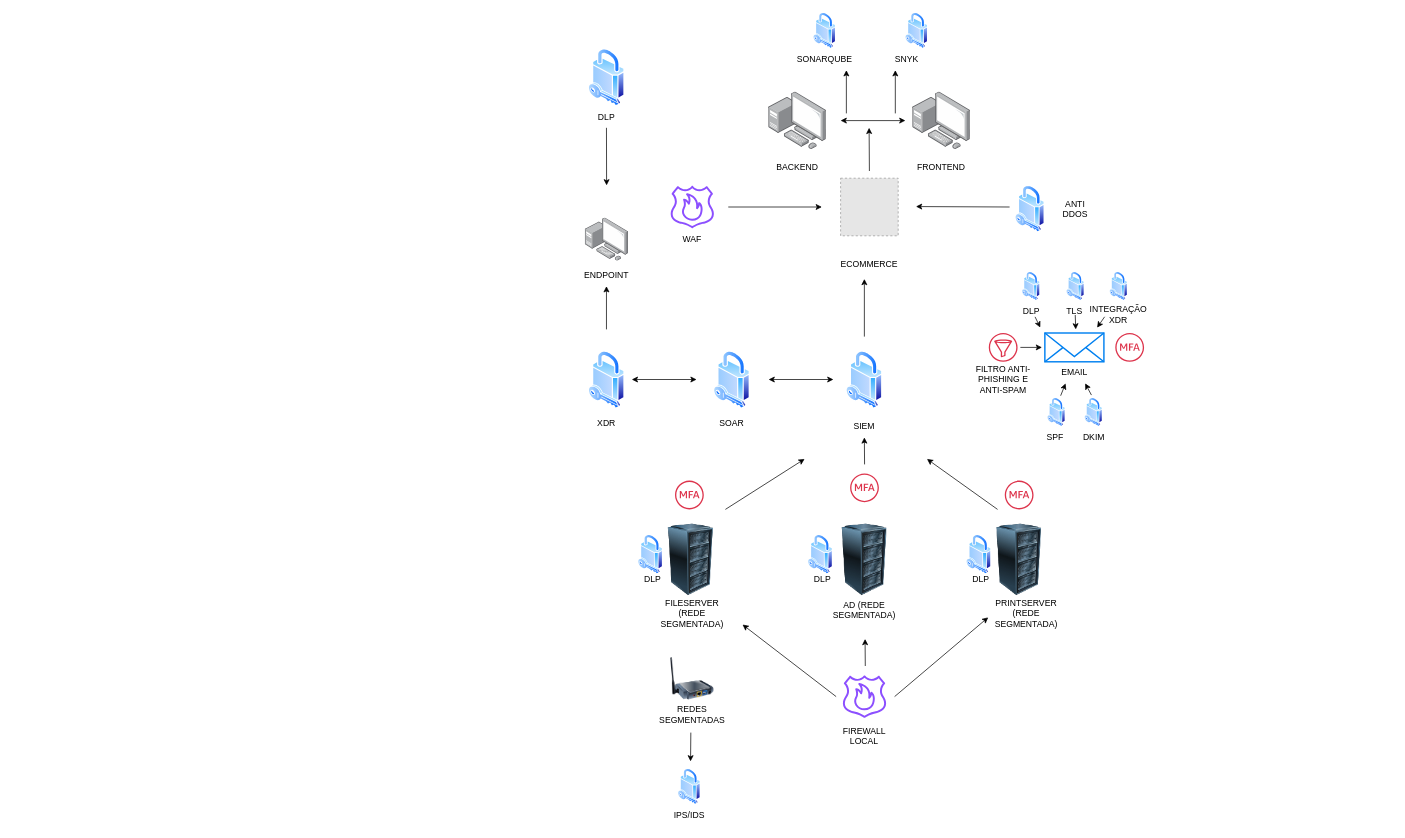
Before: Diagrama sem nome.drawio in dudubayao/Processo-Seletivo, a draw.io diagram. Source tidied: cells renumbered, new cells numbered last; positions are measured from the earlier drawing's top-left corner, leaving out a move shared by most shapes. Both pictures are drawn from the tidied source at 72%, with x=0, y=0 at pixel (585, 12). Pictures stored in the file or linked from it are replaced by grey dashed boxes.
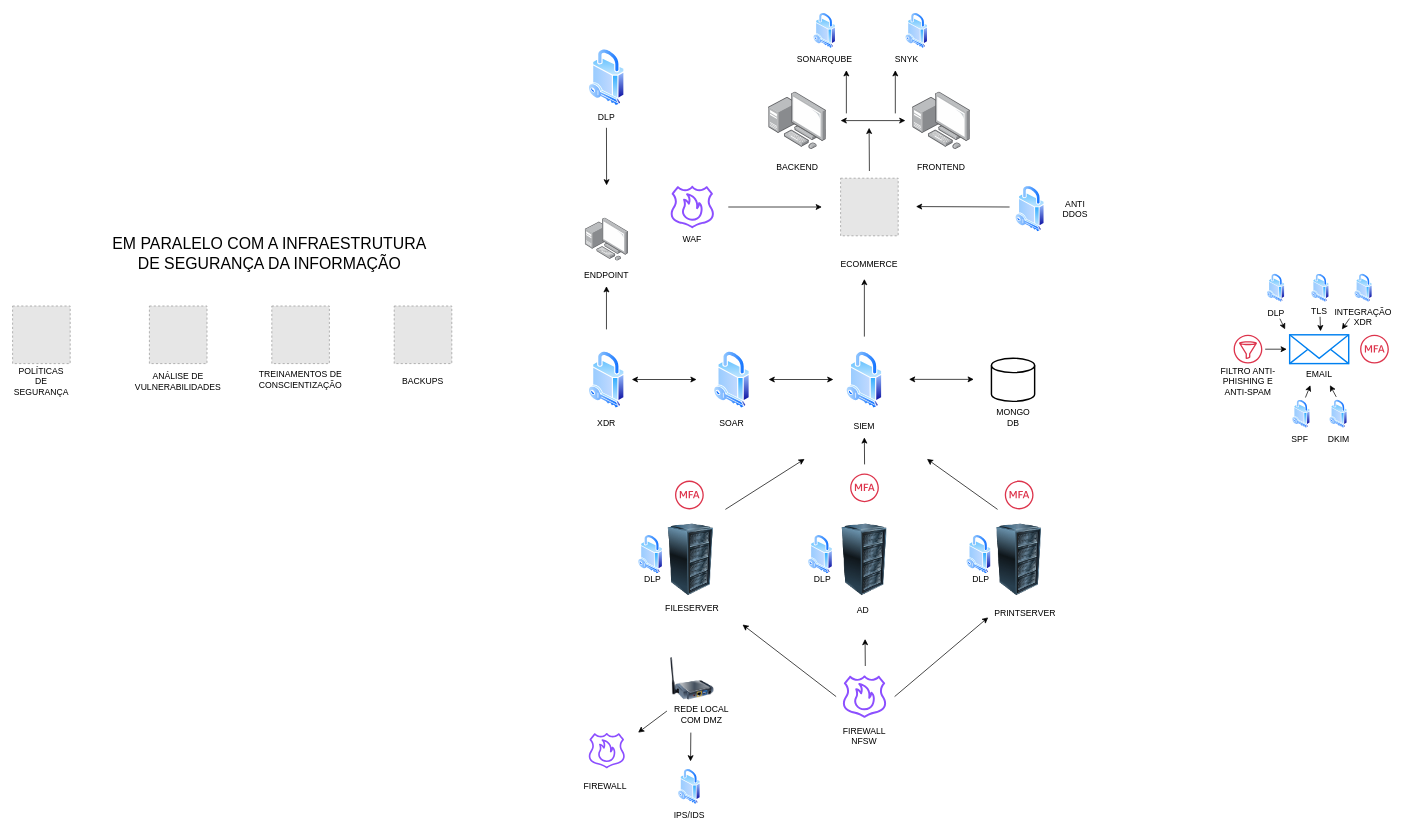
After the change.

Commit message (it also covers changes not shown here):
Processo Seletivo

What changed in the source:
```diff
@@
-    <mxCell id="25" value="FILESERVER&lt;div&gt;(REDE SEGMENTADA)&lt;/div&gt;" style="text;strokeColor=none;align=center;fillColor=none;html=1;verticalAlign=middle;whiteSpace=wrap;rounded=0;" parent="1" vertex="1">
+    <mxCell id="25" value="FILESERVER&lt;div&gt;&lt;br&gt;&lt;/div&gt;" style="text;strokeColor=none;align=center;fillColor=none;html=1;verticalAlign=middle;whiteSpace=wrap;rounded=0;" parent="1" vertex="1">
       <mxGeometry x="119" y="820" width="60" height="30" as="geometry" />
     </mxCell>
-    <mxCell id="26" value="AD (REDE SEGMENTADA)" style="text;strokeColor=none;align=center;fillColor=none;html=1;verticalAlign=middle;whiteSpace=wrap;rounded=0;" parent="1" vertex="1">
+    <mxCell id="26" value="AD&amp;nbsp;" style="text;strokeColor=none;align=center;fillColor=none;html=1;verticalAlign=middle;whiteSpace=wrap;rounded=0;" parent="1" vertex="1">
       <mxGeometry x="358.2" y="820" width="60" height="20" as="geometry" />
     </mxCell>
-    <mxCell id="27" value="PRINTSERVER (REDE SEGMENTADA)" style="text;strokeColor=none;align=center;fillColor=none;html=1;verticalAlign=middle;whiteSpace=wrap;rounded=0;" parent="1" vertex="1">
+    <mxCell id="27" value="PRINTSERVER&amp;nbsp;" style="text;strokeColor=none;align=center;fillColor=none;html=1;verticalAlign=middle;whiteSpace=wrap;rounded=0;" parent="1" vertex="1">
       <mxGeometry x="583" y="825" width="60" height="20" as="geometry" />
     </mxCell>
@@
-    <mxCell id="29" value="FIREWALL LOCAL" style="text;strokeColor=none;align=center;fillColor=none;html=1;verticalAlign=middle;whiteSpace=wrap;rounded=0;" parent="1" vertex="1">
+    <mxCell id="29" value="FIREWALL NFSW" style="text;strokeColor=none;align=center;fillColor=none;html=1;verticalAlign=middle;whiteSpace=wrap;rounded=0;" parent="1" vertex="1">
       <mxGeometry x="358.2" y="990" width="60" height="30" as="geometry" />
     </mxCell>
@@
-    <mxCell id="39" value="REDES SEGMENTADAS" style="text;strokeColor=none;align=center;fillColor=none;html=1;verticalAlign=middle;whiteSpace=wrap;rounded=0;" parent="1" vertex="1">
-      <mxGeometry x="119" y="960" width="60" height="30" as="geometry" />
+    <mxCell id="39" value="REDE LOCAL COM DMZ" style="text;strokeColor=none;align=center;fillColor=none;html=1;verticalAlign=middle;whiteSpace=wrap;rounded=0;" parent="1" vertex="1">
+      <mxGeometry x="119" y="960" width="86" height="30" as="geometry" />
     </mxCell>
@@
     <mxCell id="62" style="html=1;verticalLabelPosition=bottom;align=center;labelBackgroundColor=#ffffff;verticalAlign=top;strokeWidth=2;strokeColor=#0080F0;shadow=0;dashed=0;shape=mxgraph.ios7.icons.mail;" parent="1" vertex="1">
-      <mxGeometry x="638.7" y="445" width="82" height="40" as="geometry" />
+      <mxGeometry x="978.7" y="447.5" width="82" height="40" as="geometry" />
     </mxCell>
     <mxCell id="63" value="EMAIL" style="text;strokeColor=none;align=center;fillColor=none;html=1;verticalAlign=middle;whiteSpace=wrap;rounded=0;" parent="1" vertex="1">
-      <mxGeometry x="649.7" y="485" width="60" height="30" as="geometry" />
+      <mxGeometry x="989.7" y="487.5" width="60" height="30" as="geometry" />
     </mxCell>
     <mxCell id="64" style="image;perimeter=ellipsePerimeter;html=1;align=center;shadow=0;dashed=0;spacingTop=3;image=img/lib/active_directory/security.svg;" parent="1" vertex="1">
-      <mxGeometry x="642.3" y="535" width="25.2" height="40" as="geometry" />
+      <mxGeometry x="982.3" y="537.5" width="25.2" height="40" as="geometry" />
     </mxCell>
     <mxCell id="65" style="image;perimeter=ellipsePerimeter;html=1;align=center;shadow=0;dashed=0;spacingTop=3;image=img/lib/active_directory/security.svg;" parent="1" vertex="1">
-      <mxGeometry x="693.9" y="535" width="25.2" height="40" as="geometry" />
+      <mxGeometry x="1033.9" y="537.5" width="25.2" height="40" as="geometry" />
     </mxCell>
     <mxCell id="66" value="SPF" style="text;strokeColor=none;align=center;fillColor=none;html=1;verticalAlign=middle;whiteSpace=wrap;rounded=0;" parent="1" vertex="1">
-      <mxGeometry x="622.9" y="575" width="60" height="30" as="geometry" />
+      <mxGeometry x="962.9" y="577.5" width="60" height="30" as="geometry" />
     </mxCell>
     <mxCell id="67" value="DKIM" style="text;strokeColor=none;align=center;fillColor=none;html=1;verticalAlign=middle;whiteSpace=wrap;rounded=0;" parent="1" vertex="1">
-      <mxGeometry x="676.5" y="575" width="60" height="30" as="geometry" />
+      <mxGeometry x="1016.5" y="577.5" width="60" height="30" as="geometry" />
     </mxCell>
     <mxCell id="68" style="image;perimeter=ellipsePerimeter;html=1;align=center;shadow=0;dashed=0;spacingTop=3;image=img/lib/active_directory/security.svg;" parent="1" vertex="1">
-      <mxGeometry x="607.1" y="360" width="25.2" height="40" as="geometry" />
+      <mxGeometry x="947.1" y="362.5" width="25.2" height="40" as="geometry" />
     </mxCell>
     <mxCell id="69" style="image;perimeter=ellipsePerimeter;html=1;align=center;shadow=0;dashed=0;spacingTop=3;image=img/lib/active_directory/security.svg;" parent="1" vertex="1">
-      <mxGeometry x="728.7" y="360" width="25.2" height="40" as="geometry" />
+      <mxGeometry x="1068.7" y="362.5" width="25.2" height="40" as="geometry" />
     </mxCell>
     <mxCell id="70" value="DLP" style="text;strokeColor=none;align=center;fillColor=none;html=1;verticalAlign=middle;whiteSpace=wrap;rounded=0;" parent="1" vertex="1">
-      <mxGeometry x="589.7" y="400" width="60" height="30" as="geometry" />
+      <mxGeometry x="929.7" y="402.5" width="60" height="30" as="geometry" />
     </mxCell>
     <mxCell id="71" value="INTEGRAÇÃO&lt;div&gt;XDR&lt;/div&gt;" style="text;strokeColor=none;align=center;fillColor=none;html=1;verticalAlign=middle;whiteSpace=wrap;rounded=0;" parent="1" vertex="1">
-      <mxGeometry x="711.3" y="405" width="60" height="30" as="geometry" />
+      <mxGeometry x="1051.3" y="407.5" width="60" height="30" as="geometry" />
     </mxCell>
     <mxCell id="72" style="image;perimeter=ellipsePerimeter;html=1;align=center;shadow=0;dashed=0;spacingTop=3;image=img/lib/active_directory/security.svg;" parent="1" vertex="1">
-      <mxGeometry x="668.7" y="360" width="25.2" height="40" as="geometry" />
+      <mxGeometry x="1008.7" y="362.5" width="25.2" height="40" as="geometry" />
     </mxCell>
     <mxCell id="73" value="TLS" style="text;strokeColor=none;align=center;fillColor=none;html=1;verticalAlign=middle;whiteSpace=wrap;rounded=0;" parent="1" vertex="1">
-      <mxGeometry x="649.7" y="400" width="60" height="30" as="geometry" />
+      <mxGeometry x="989.7" y="400" width="60" height="30" as="geometry" />
     </mxCell>
     <mxCell id="74" style="endArrow=classic;html=1;rounded=0;entryX=0.218;entryY=1.058;entryDx=0;entryDy=0;entryPerimeter=0;exitX=0.727;exitY=-0.072;exitDx=0;exitDy=0;exitPerimeter=0;" parent="1" edge="1" source="64">
       <mxGeometry relative="1" as="geometry">
-        <mxPoint x="667.5" y="515" as="targetPoint" />
+        <mxPoint x="1007.5" y="517.5" as="targetPoint" />
       </mxGeometry>
     </mxCell>
     <mxCell id="75" style="endArrow=classic;html=1;rounded=0;entryX=0.75;entryY=1;entryDx=0;entryDy=0;" parent="1" edge="1" target="63">
       <mxGeometry relative="1" as="geometry">
-        <mxPoint x="703.4" y="531.2" as="sourcePoint" />
+        <mxPoint x="1043.4" y="533.7" as="sourcePoint" />
       </mxGeometry>
     </mxCell>
     <mxCell id="76" style="endArrow=classic;html=1;rounded=0;exitX=0.59;exitY=1.006;exitDx=0;exitDy=0;exitPerimeter=0;" parent="1" edge="1">
       <mxGeometry relative="1" as="geometry">
-        <mxPoint x="625.1" y="422.6" as="sourcePoint" />
-        <mxPoint x="632.3" y="437.4" as="targetPoint" />
+        <mxPoint x="965.1" y="425.1" as="sourcePoint" />
+        <mxPoint x="972.3" y="439.9" as="targetPoint" />
       </mxGeometry>
     </mxCell>
     <mxCell id="77" style="endArrow=classic;html=1;rounded=0;" parent="1" edge="1">
       <mxGeometry relative="1" as="geometry">
-        <mxPoint x="680.9" y="420" as="sourcePoint" />
-        <mxPoint x="681.6" y="440" as="targetPoint" />
+        <mxPoint x="1020.9" y="422.5" as="sourcePoint" />
+        <mxPoint x="1021.6" y="442.5" as="targetPoint" />
       </mxGeometry>
     </mxCell>
     <mxCell id="78" style="endArrow=classic;html=1;rounded=0;exitX=0.59;exitY=1.006;exitDx=0;exitDy=0;exitPerimeter=0;" parent="1" edge="1">
       <mxGeometry relative="1" as="geometry">
-        <mxPoint x="721.7" y="422.5" as="sourcePoint" />
-        <mxPoint x="711.3" y="437.5" as="targetPoint" />
+        <mxPoint x="1061.7" y="425" as="sourcePoint" />
+        <mxPoint x="1051.3" y="440" as="targetPoint" />
       </mxGeometry>
     </mxCell>
     <mxCell id="79" style="sketch=0;fontColor=#232F3E;gradientColor=none;fillColor=#DD344C;strokeColor=none;dashed=0;verticalLabelPosition=bottom;verticalAlign=top;align=center;html=1;fontSize=12;fontStyle=0;shape=mxgraph.aws4.filtering_rule;" parent="1" vertex="1">
-      <mxGeometry x="560.8" y="445" width="40" height="40" as="geometry" />
+      <mxGeometry x="900.8" y="447.5" width="40" height="40" as="geometry" />
     </mxCell>
     <mxCell id="80" style="endArrow=classic;html=1;rounded=0;" parent="1" edge="1">
       <mxGeometry relative="1" as="geometry">
-        <mxPoint x="604.7" y="465" as="sourcePoint" />
-        <mxPoint x="634.7" y="465" as="targetPoint" />
+        <mxPoint x="944.7" y="467.5" as="sourcePoint" />
+        <mxPoint x="974.7" y="467.5" as="targetPoint" />
       </mxGeometry>
     </mxCell>
     <mxCell id="81" value="FILTRO ANTI-PHISHING E ANTI-SPAM" style="text;strokeColor=none;align=center;fillColor=none;html=1;verticalAlign=middle;whiteSpace=wrap;rounded=0;" parent="1" vertex="1">
-      <mxGeometry x="535" y="495" width="91.6" height="30" as="geometry" />
+      <mxGeometry x="875" y="497.5" width="91.6" height="30" as="geometry" />
     </mxCell>
     <mxCell id="82" style="sketch=0;fontColor=#232F3E;gradientColor=none;fillColor=#DD344C;strokeColor=none;dashed=0;verticalLabelPosition=bottom;verticalAlign=top;align=center;html=1;fontSize=12;fontStyle=0;shape=mxgraph.aws4.mfa_token;" parent="1" vertex="1">
-      <mxGeometry x="736.5" y="445" width="40" height="40" as="geometry" />
+      <mxGeometry x="1076.5" y="447.5" width="40" height="40" as="geometry" />
     </mxCell>
@@
+    <mxCell id="86" style="strokeWidth=2;html=1;shape=mxgraph.flowchart.database;whiteSpace=wrap;" parent="1" vertex="1">
+      <mxGeometry x="564.5" y="480" width="60" height="60" as="geometry" />
+    </mxCell>
+    <mxCell id="87" style="endArrow=classic;startArrow=classic;html=1;rounded=0;" parent="1" edge="1">
+      <mxGeometry relative="1" as="geometry">
+        <mxPoint x="450" y="509.4" as="sourcePoint" />
+        <mxPoint x="540" y="509.4" as="targetPoint" />
+      </mxGeometry>
+    </mxCell>
+    <mxCell id="88" value="MONGO DB" style="text;strokeColor=none;align=center;fillColor=none;html=1;verticalAlign=middle;whiteSpace=wrap;rounded=0;" parent="1" vertex="1">
+      <mxGeometry x="564.5" y="547.5" width="60" height="30" as="geometry" />
+    </mxCell>
+    <mxCell id="89" style="fillColor=#E6E6E6;strokeColor=#999999;dashed=1;html=1;verticalAlign=top;verticalLabelPosition=bottom;labelBackgroundColor=#ffffff;" parent="1" vertex="1">
+      <mxGeometry x="-795" y="407.5" width="80" height="80" as="geometry" />
+    </mxCell>
+    <mxCell id="90" style="fillColor=#E6E6E6;strokeColor=#999999;dashed=1;html=1;verticalAlign=top;verticalLabelPosition=bottom;labelBackgroundColor=#ffffff;" parent="1" vertex="1">
+      <mxGeometry x="-605" y="407.5" width="80" height="80" as="geometry" />
+    </mxCell>
+    <mxCell id="91" style="fillColor=#E6E6E6;strokeColor=#999999;dashed=1;html=1;verticalAlign=top;verticalLabelPosition=bottom;labelBackgroundColor=#ffffff;" parent="1" vertex="1">
+      <mxGeometry x="-435" y="407.5" width="80" height="80" as="geometry" />
+    </mxCell>
+    <mxCell id="92" value="POLÍTICAS DE SEGURANÇA" style="text;strokeColor=none;align=center;fillColor=none;html=1;verticalAlign=middle;whiteSpace=wrap;rounded=0;" parent="1" vertex="1">
+      <mxGeometry x="-785" y="497.5" width="60" height="30" as="geometry" />
+    </mxCell>
+    <mxCell id="93" value="ANÁLISE DE VULNERABILIDADES" style="text;strokeColor=none;align=center;fillColor=none;html=1;verticalAlign=middle;whiteSpace=wrap;rounded=0;" parent="1" vertex="1">
+      <mxGeometry x="-595" y="497.5" width="60" height="30" as="geometry" />
+    </mxCell>
+    <mxCell id="94" value="TREINAMENTOS DE CONSCIENTIZAÇÃO" style="text;strokeColor=none;align=center;fillColor=none;html=1;verticalAlign=middle;whiteSpace=wrap;rounded=0;" parent="1" vertex="1">
+      <mxGeometry x="-425" y="495" width="60" height="30" as="geometry" />
+    </mxCell>
+    <mxCell id="95" style="fillColor=#E6E6E6;strokeColor=#999999;dashed=1;html=1;verticalAlign=top;verticalLabelPosition=bottom;labelBackgroundColor=#ffffff;" parent="1" vertex="1">
+      <mxGeometry x="-265" y="407.5" width="80" height="80" as="geometry" />
+    </mxCell>
+    <mxCell id="96" value="BACKUPS" style="text;strokeColor=none;align=center;fillColor=none;html=1;verticalAlign=middle;whiteSpace=wrap;rounded=0;" parent="1" vertex="1">
+      <mxGeometry x="-255" y="497.5" width="60" height="30" as="geometry" />
+    </mxCell>
+    <mxCell id="97" value="EM PARALELO COM A INFRAESTRUTURA DE SEGURANÇA DA INFORMAÇÃO" style="text;strokeColor=none;align=center;fillColor=none;html=1;verticalAlign=middle;whiteSpace=wrap;rounded=0;fontSize=22;" parent="1" vertex="1">
+      <mxGeometry x="-668" y="320" width="460" height="30" as="geometry" />
+    </mxCell>
+    <mxCell id="98" style="sketch=0;fontColor=#232F3E;gradientColor=none;fillColor=#8C4FFF;strokeColor=none;dashed=0;verticalLabelPosition=bottom;verticalAlign=top;align=center;html=1;fontSize=12;fontStyle=0;shape=mxgraph.aws4.route_53_resolver_dns_firewall;" parent="1" vertex="1">
+      <mxGeometry x="5.2" y="1000" width="50" height="50" as="geometry" />
+    </mxCell>
+    <mxCell id="99" value="FIREWALL&amp;nbsp;" style="text;strokeColor=none;align=center;fillColor=none;html=1;verticalAlign=middle;whiteSpace=wrap;rounded=0;" parent="1" vertex="1">
+      <mxGeometry x="0.2" y="1060" width="60" height="30" as="geometry" />
+    </mxCell>
+    <mxCell id="100" style="endArrow=classic;html=1;rounded=0;" parent="1" edge="1">
+      <mxGeometry relative="1" as="geometry">
+        <mxPoint x="113.8" y="970" as="sourcePoint" />
+        <mxPoint x="73.8" y="1000" as="targetPoint" />
+      </mxGeometry>
+    </mxCell>
```
